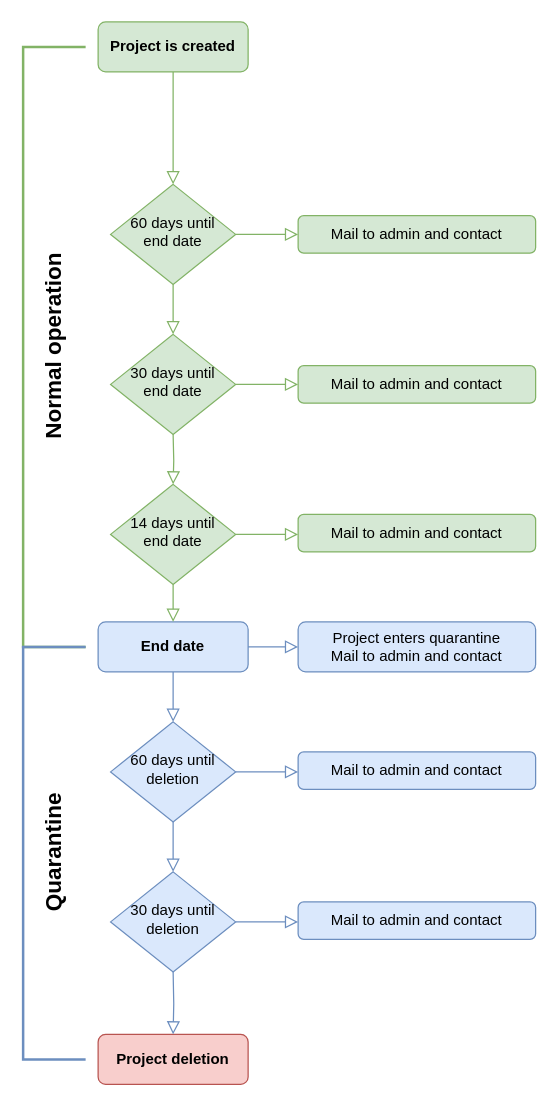
This is docs/images/project-lifecycle.drawio from norcams/docs-enduser, a draw.io file, before an edit. Source tidied: cells renumbered, new cells numbered last; positions are measured from the earlier drawing's top-left corner, leaving out a move shared by most shapes. Both pictures are drawn from the tidied source at 125%, with x=0, y=0 at pixel (22, 21).
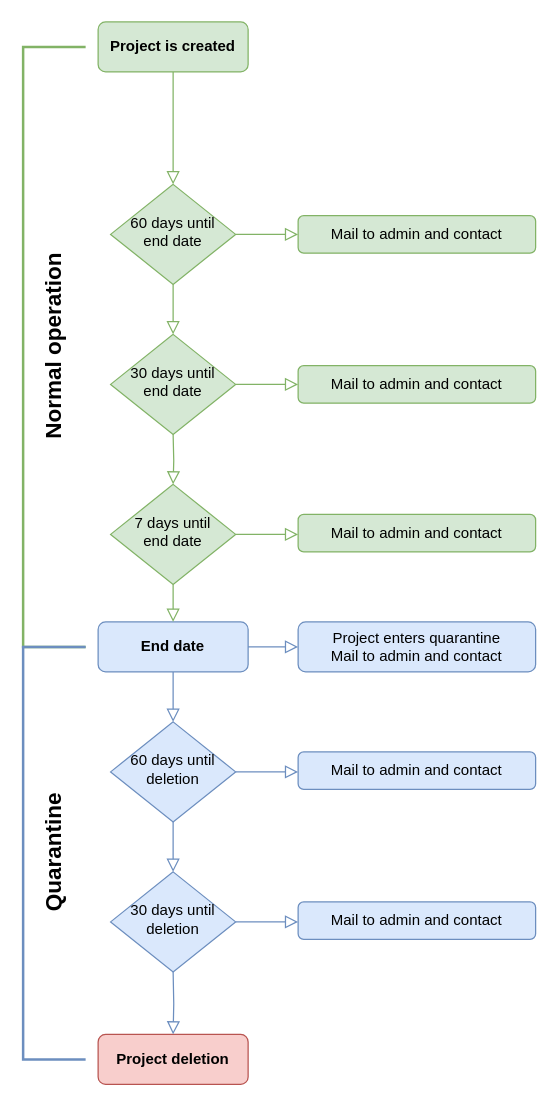
The same page after the edit.

What changed in the source:
```diff
@@
-    <mxCell id="9" value="14 days until end date" style="rhombus;whiteSpace=wrap;html=1;shadow=0;fontFamily=Helvetica;fontSize=12;align=center;strokeWidth=1;spacing=6;spacingTop=-4;fillColor=#d5e8d4;strokeColor=#82b366;" parent="1" vertex="1">
+    <mxCell id="9" value="7 days until&lt;br&gt;end date" style="rhombus;whiteSpace=wrap;html=1;shadow=0;fontFamily=Helvetica;fontSize=12;align=center;strokeWidth=1;spacing=6;spacingTop=-4;fillColor=#d5e8d4;strokeColor=#82b366;" parent="1" vertex="1">
       <mxGeometry x="70" y="370" width="100" height="80" as="geometry" />
     </mxCell>
```
